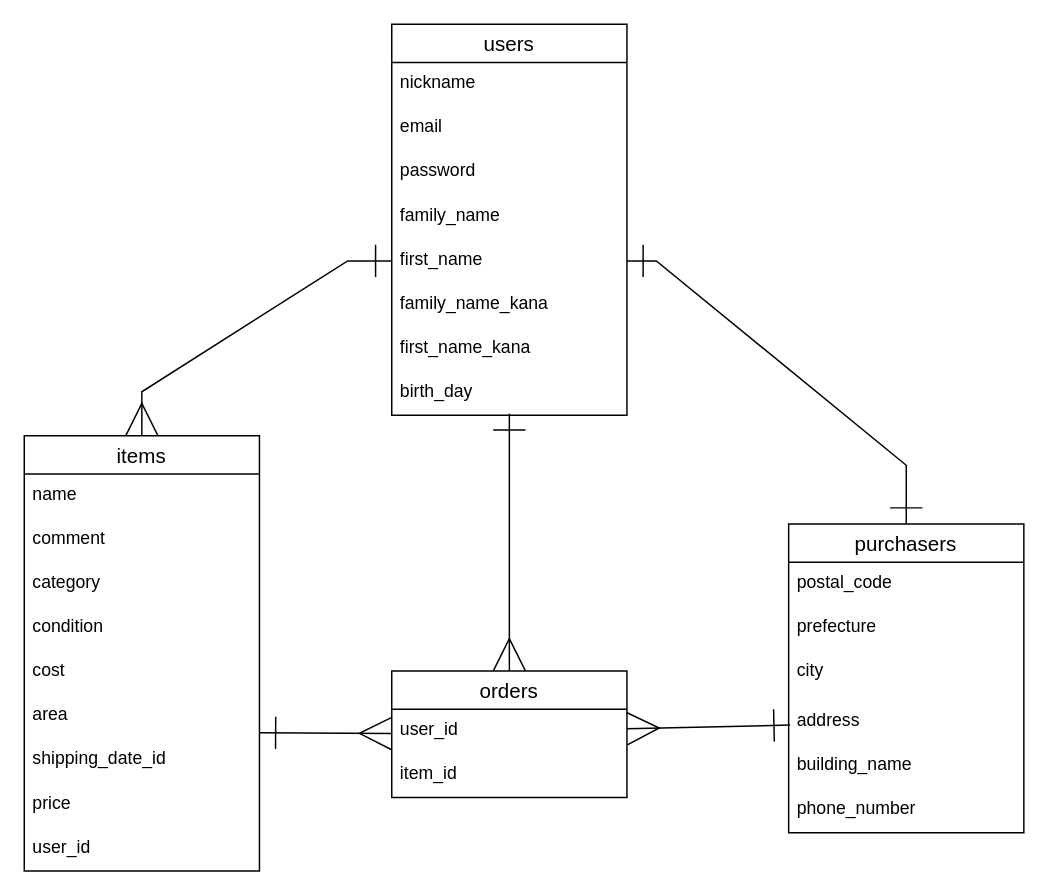
Before: furima.dio in dokasu18/furima-37255, a draw.io diagram. Source tidied: cells renumbered, new cells numbered last; positions are measured from the earlier drawing's top-left corner, leaving out a move shared by most shapes. Both pictures are drawn from the tidied source at 147%, with x=0, y=0 at pixel (24, 24).
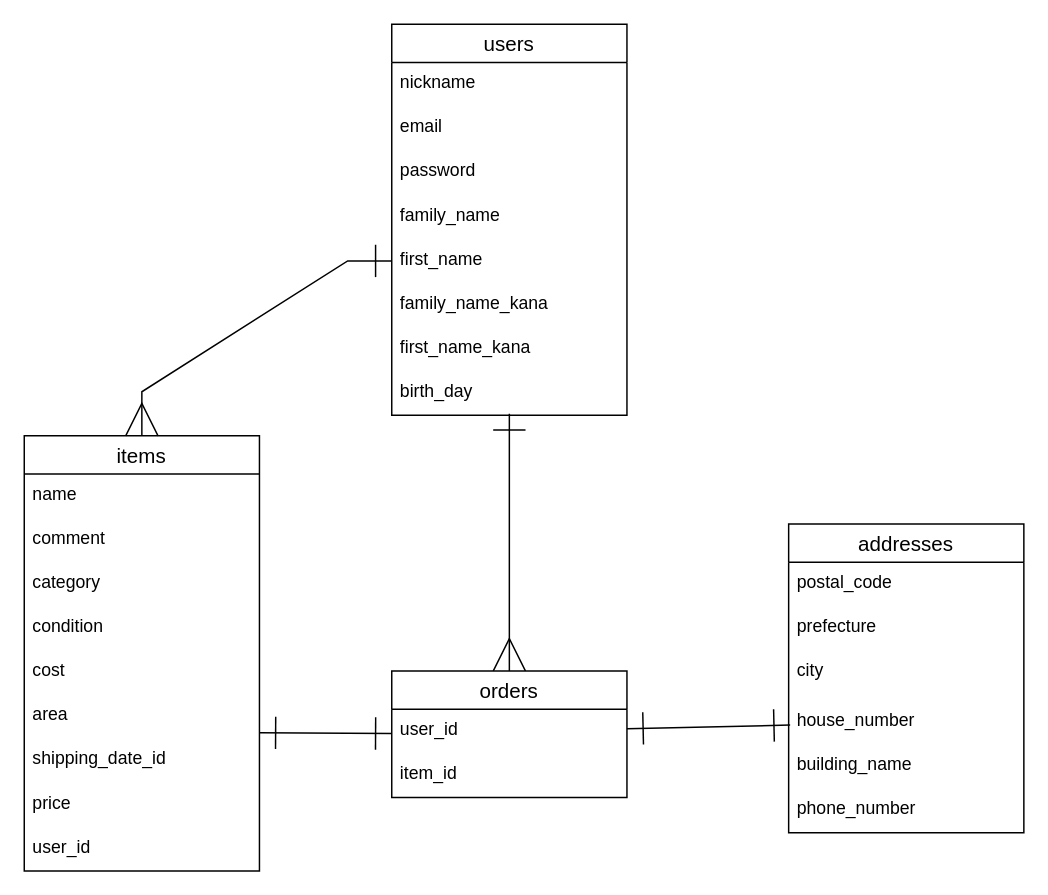
Above is the later version.

Commit message (it also covers changes not shown here):
データベース設計修正

Unchanged cells that the change refers to:
```xml
<mxCell id="32" value="orders" style="swimlane;fontStyle=0;horizontal=1;startSize=26;align=center;fontSize=14;" parent="1" vertex="1">
  <mxGeometry x="250" y="440" width="160" height="86" as="geometry" />
</mxCell>
<mxCell id="33" value="user_id" style="text;strokeColor=none;fillColor=none;spacingLeft=4;spacingRight=4;overflow=hidden;points=[[0,0.5],[1,0.5]];portConstraint=eastwest;fontSize=12;" parent="32" vertex="1">
  <mxGeometry y="26" width="160" height="30" as="geometry" />
</mxCell>
```

What changed in the source:
```diff
@@
-    <mxCell id="21" value="purchasers" style="swimlane;fontStyle=0;horizontal=1;startSize=26;align=center;fontSize=14;" parent="1" vertex="1">
+    <mxCell id="21" value="addresses" style="swimlane;fontStyle=0;horizontal=1;startSize=26;align=center;fontSize=14;" parent="1" vertex="1">
       <mxGeometry x="520" y="340" width="160" height="210" as="geometry" />
     </mxCell>
@@
-    <mxCell id="25" value="address" style="text;strokeColor=none;fillColor=none;spacingLeft=4;spacingRight=4;overflow=hidden;points=[[0,0.5],[1,0.5]];portConstraint=eastwest;fontSize=12;" parent="21" vertex="1">
+    <mxCell id="25" value="house_number&#10;" style="text;strokeColor=none;fillColor=none;spacingLeft=4;spacingRight=4;overflow=hidden;points=[[0,0.5],[1,0.5]];portConstraint=eastwest;fontSize=12;" parent="21" vertex="1">
       <mxGeometry y="120" width="160" height="30" as="geometry" />
     </mxCell>
@@
-    <mxCell id="29" style="fontSize=12;html=1;endArrow=ERone;startArrow=ERone;endSize=20;entryX=0.5;entryY=0;entryDx=0;entryDy=0;rounded=0;startSize=20;endFill=0;startFill=0;targetPerimeterSpacing=-1;" parent="1" edge="1" target="21">
-      <mxGeometry relative="1" as="geometry">
-        <mxPoint x="410" y="161" as="sourcePoint" />
-        <Array as="points">
-          <mxPoint x="430" y="161" />
-          <mxPoint x="600" y="300" />
-        </Array>
-      </mxGeometry>
-    </mxCell>
-    <mxCell id="30" style="edgeStyle=none;rounded=0;jumpSize=6;html=1;startArrow=ERmany;startFill=0;endArrow=ERone;endFill=0;startSize=20;endSize=20;targetPerimeterSpacing=-1;" parent="1" edge="1" source="32">
+    <mxCell id="30" style="edgeStyle=none;rounded=0;jumpSize=6;html=1;startArrow=ERone;startFill=0;endArrow=ERone;endFill=0;startSize=20;endSize=20;targetPerimeterSpacing=-1;" parent="1" edge="1" source="32">
       <mxGeometry relative="1" as="geometry">
         <mxPoint x="160" y="482" as="targetPoint" />
       </mxGeometry>
     </mxCell>
@@
-    <mxCell id="35" style="edgeStyle=none;rounded=0;jumpSize=6;html=1;startArrow=ERmany;startFill=0;endArrow=ERone;endFill=0;startSize=20;endSize=20;targetPerimeterSpacing=-1;" parent="1" edge="1" source="33" target="25">
+    <mxCell id="35" style="edgeStyle=none;rounded=0;jumpSize=6;html=1;startArrow=ERone;startFill=0;endArrow=ERone;endFill=0;startSize=20;endSize=20;targetPerimeterSpacing=-1;" parent="1" edge="1" source="33" target="25">
       <mxGeometry relative="1" as="geometry" />
     </mxCell>
```
